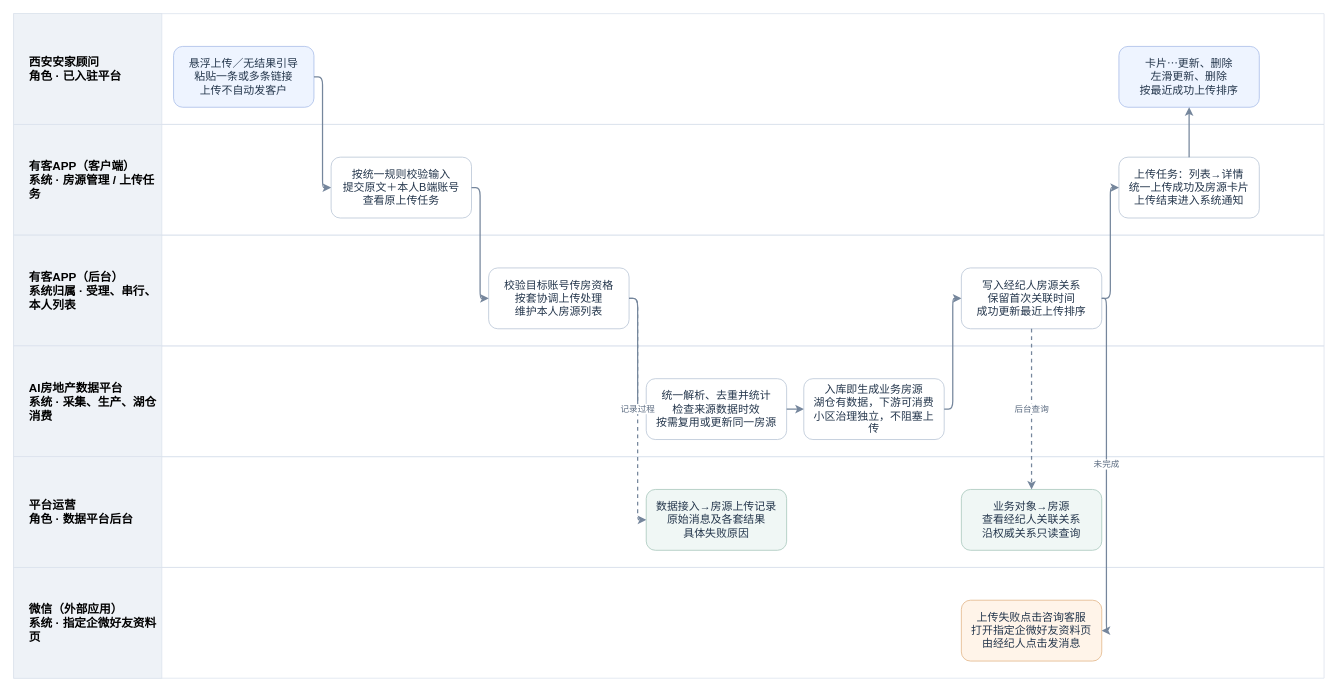
This is page "APP独立上传｜角色与系统泳道" (1 of 3) of B端发房共用资源/V3.0-B端房源上传与管理-角色与系统业务流程.drawio from JZT-AI/ai-real-estate-platform-v3-prototype, a draw.io file, before an edit. Source tidied: cells renumbered, new cells numbered last; positions are measured from the earlier drawing's top-left corner, leaving out a move shared by most shapes. Both pictures are drawn from the tidied source at 78%, with x=0, y=0 at pixel (13, 13).
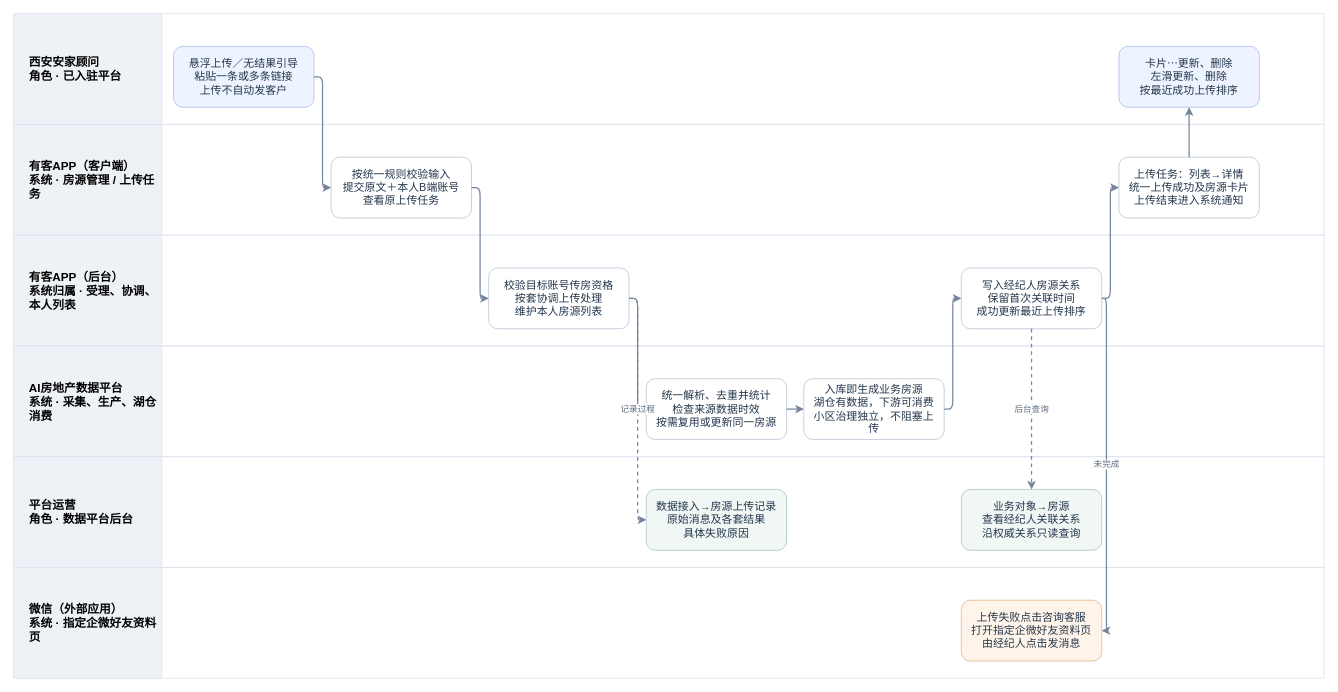
After the change.

Unchanged cells that the change refers to:
```xml
<mxCell id="6" style="swimlane;horizontal=1;startSize=0;fillColor=#ffffff;strokeColor=#dce3ed;" parent="1" vertex="1">
  <mxGeometry y="284" width="1680" height="142" as="geometry" />
</mxCell>
```

Diff of the diagram source:
```diff
@@
-    <mxCell id="7" value="有客APP（后台）&lt;br&gt;系统归属 · 受理、串行、本人列表" style="rounded=0;whiteSpace=wrap;html=1;fillColor=#eef2f7;strokeColor=#dce3ed;fontSize=15;fontStyle=1;align=left;spacingLeft=18;" parent="6" vertex="1">
+    <mxCell id="7" value="有客APP（后台）&lt;br&gt;系统归属 · 受理、协调、本人列表" style="rounded=0;whiteSpace=wrap;html=1;fillColor=#eef2f7;strokeColor=#dce3ed;fontSize=15;fontStyle=1;align=left;spacingLeft=18;" parent="6" vertex="1">
       <mxGeometry width="190" height="142" as="geometry" />
     </mxCell>
```
